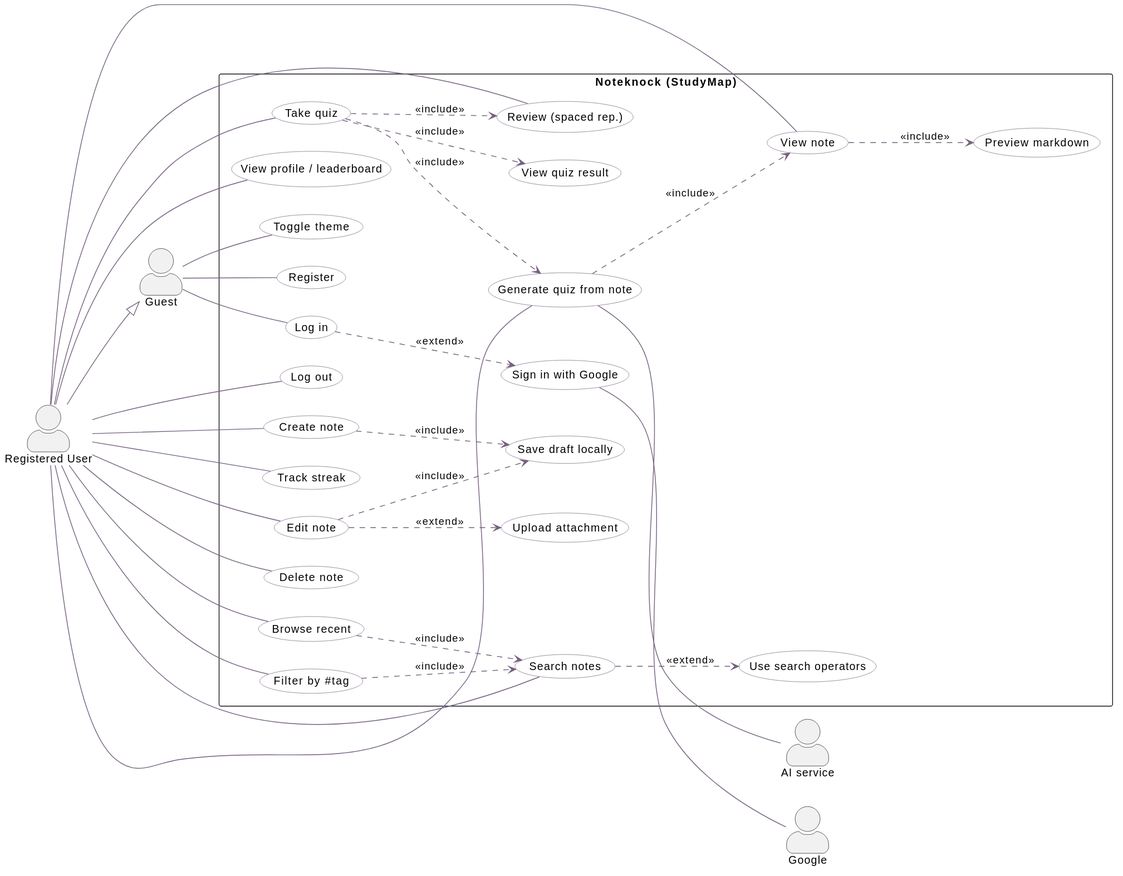
The PlantUML diagram docs/usecase.svg in get-wright/Noteknock, before a commit.
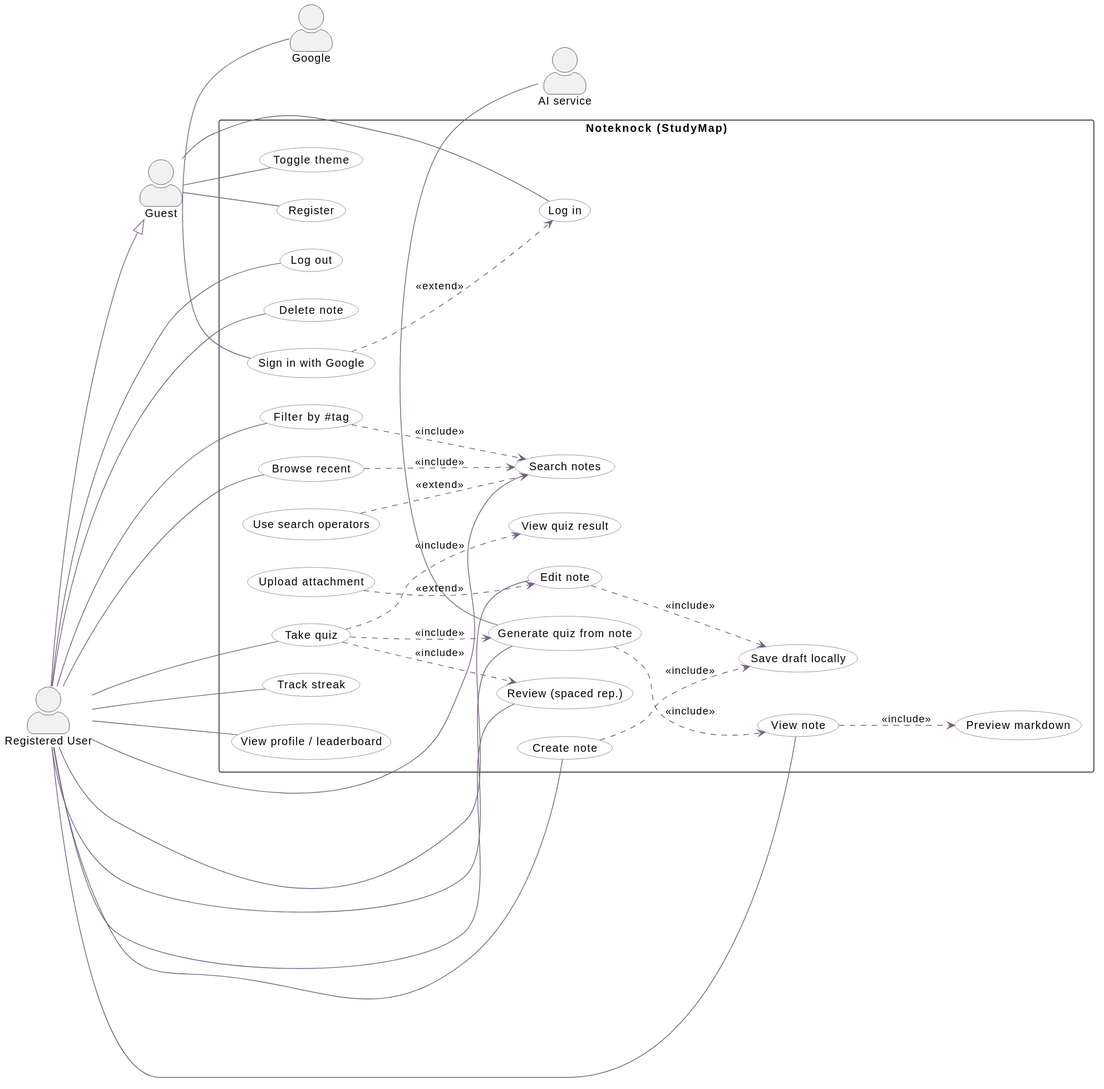
Above is the later version.

Commit message:
Fix extend arrow direction in UseCase diagram

UML standard: extend points extending-->base. The three <<extend>>
arrows (Google sign-in, Upload attachment, Use search operators) were
reversed; now point to their base use cases.

What changed in the source:
```diff
@@ -62,19 +62,19 @@
 User -- UC_Profile
 User -- UC_Logout
 
-UC_Google -- Google
-UC_QuizGen -- AI
+UC_Google  -right- Google
+UC_QuizGen -right- AI
 
-UC_Login   ..> UC_Google : <<extend>>
-UC_Create  ..> UC_Draft  : <<include>>
-UC_Edit    ..> UC_Draft  : <<include>>
-UC_Edit    ..> UC_Attach : <<extend>>
-UC_View    ..> UC_Md     : <<include>>
-UC_QuizGen ..> UC_View   : <<include>>
+UC_Google  ..> UC_Login  : <<extend>>
+UC_Attach  ..> UC_Edit   : <<extend>>
+UC_Ops     ..> UC_Search : <<extend>>
+UC_Create  ..> UC_Draft   : <<include>>
+UC_Edit    ..> UC_Draft   : <<include>>
+UC_View    ..> UC_Md      : <<include>>
+UC_QuizGen ..> UC_View    : <<include>>
 UC_Quiz    ..> UC_QuizGen : <<include>>
 UC_Quiz    ..> UC_QuizRes : <<include>>
 UC_Quiz    ..> UC_Review  : <<include>>
-UC_Search  ..> UC_Ops     : <<extend>>
 UC_Recent    ..> UC_Search : <<include>>
 UC_TagFilter ..> UC_Search : <<include>>
 @enduml
```
